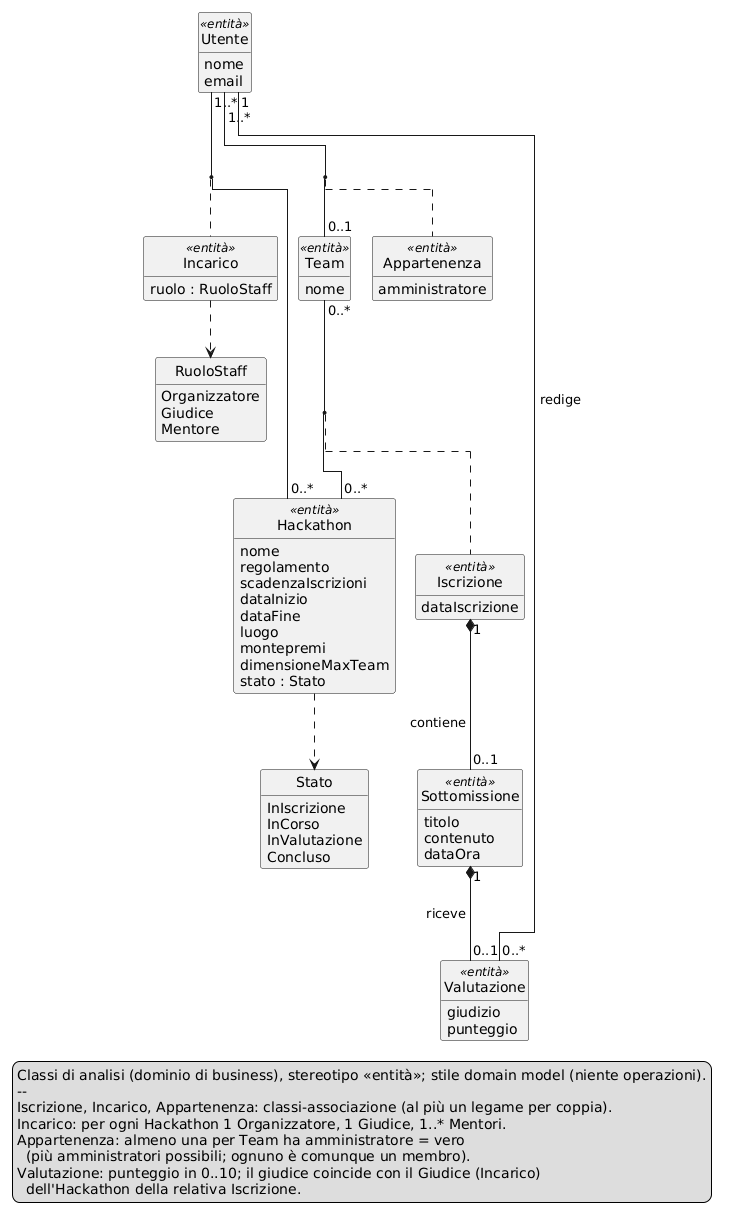
rizzutomatteo/HackHub-Appoggio keeps this PlantUML diagram as iterazione1/analisi/CLASSI_ANALISI_HackHub.png. Above is the earlier version. Source of this version:
```plantuml
@startuml CLASSI_ANALISI_HackHub
hide empty members
hide circle
!pragma layout elk

enum Stato {
  InIscrizione
  InCorso
  InValutazione
  Concluso
}

enum RuoloStaff {
  Organizzatore
  Giudice
  Mentore
}

class Utente <<entità>> {
  nome
  email
}

class Hackathon <<entità>> {
  nome
  regolamento
  scadenzaIscrizioni
  dataInizio
  dataFine
  luogo
  montepremi
  dimensioneMaxTeam
  stato : Stato
}

class Team <<entità>> {
  nome
}

class Incarico <<entità>> {
  ruolo : RuoloStaff
}

class Appartenenza <<entità>> {
  amministratore
}

class Iscrizione <<entità>> {
  dataIscrizione
}

class Sottomissione <<entità>> {
  titolo
  contenuto
  dataOra
}

class Valutazione <<entità>> {
  giudizio
  punteggio
}

Utente "1..*" -- "0..*" Hackathon
(Utente, Hackathon) .. Incarico
Utente "1..*" -- "0..1" Team
(Utente, Team) .. Appartenenza
Team "0..*" -- "0..*" Hackathon
(Team, Hackathon) .. Iscrizione

Iscrizione "1" *-- "0..1" Sottomissione : contiene >
Sottomissione "1" *-- "0..1" Valutazione : riceve >
Utente "1" -- "0..*" Valutazione : redige >

Hackathon ..> Stato
Incarico ..> RuoloStaff

legend right
  Classi di analisi (dominio di business), stereotipo «entità»; stile domain model (niente operazioni).
  --
  Iscrizione, Incarico, Appartenenza: classi-associazione (al più un legame per coppia).
  Incarico: per ogni Hackathon 1 Organizzatore, 1 Giudice, 1..* Mentori.
  Appartenenza: almeno una per Team ha amministratore = vero
    (più amministratori possibili; ognuno è comunque un membro).
  Valutazione: punteggio in 0..10; il giudice coincide con il Giudice (Incarico)
    dell'Hackathon della relativa Iscrizione.
endlegend

@enduml
```
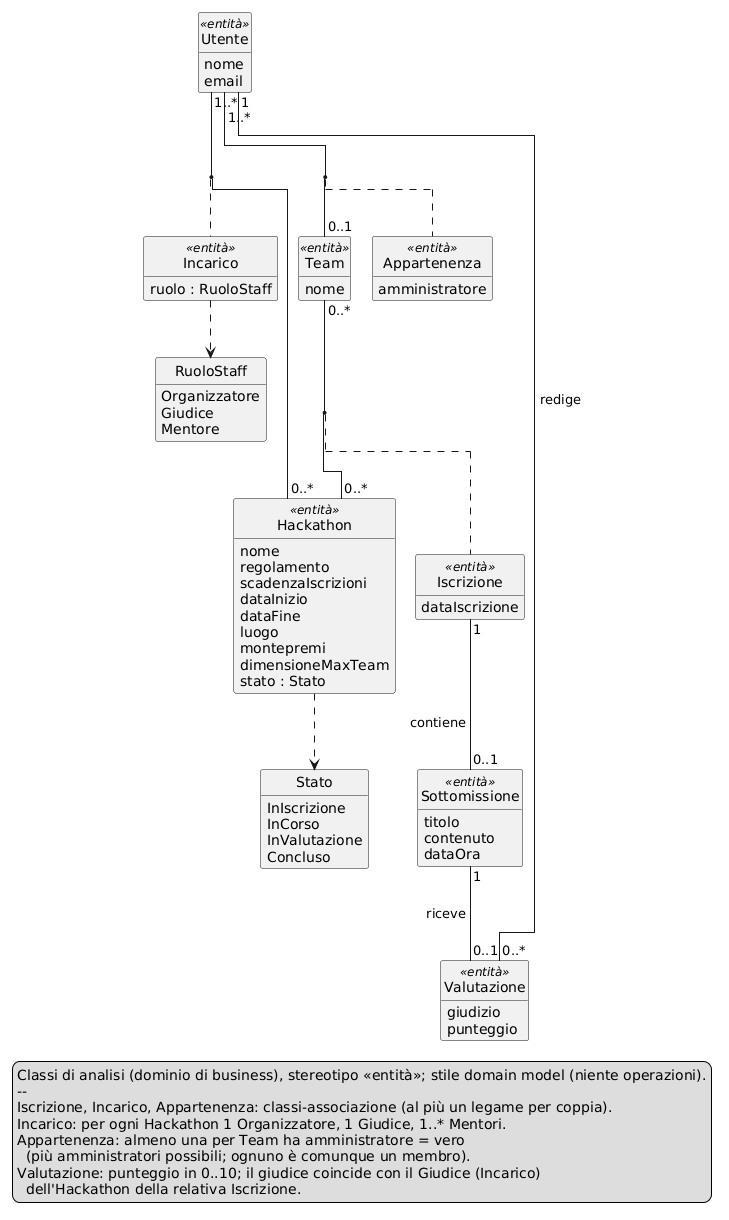
The same file after the commit.

Diff of the diagram source:
```diff
@@ -67,8 +67,8 @@
 Team "0..*" -- "0..*" Hackathon
 (Team, Hackathon) .. Iscrizione
 
-Iscrizione "1" *-- "0..1" Sottomissione : contiene >
-Sottomissione "1" *-- "0..1" Valutazione : riceve >
+Iscrizione "1" -- "0..1" Sottomissione : contiene >
+Sottomissione "1" -- "0..1" Valutazione : riceve >
 Utente "1" -- "0..*" Valutazione : redige >
 
 Hackathon ..> Stato
```
